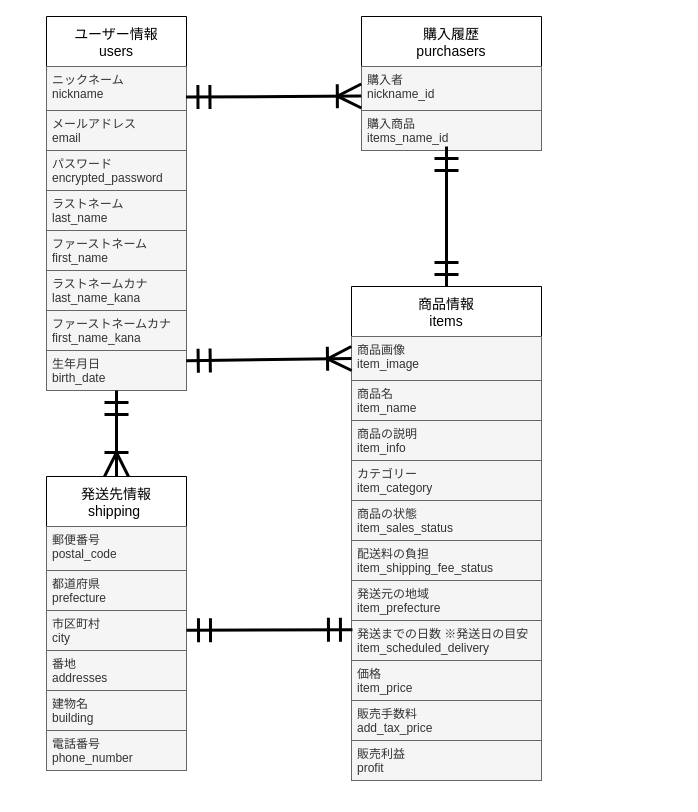
Earlier version of the draw.io diagram er.dio (hiroyuki0305/furima-37561). Source tidied: cells renumbered, new cells numbered last; positions are measured from the earlier drawing's top-left corner, leaving out a move shared by most shapes. Both pictures are drawn from the tidied source at 100%, with x=0, y=0 at pixel (46, 16).
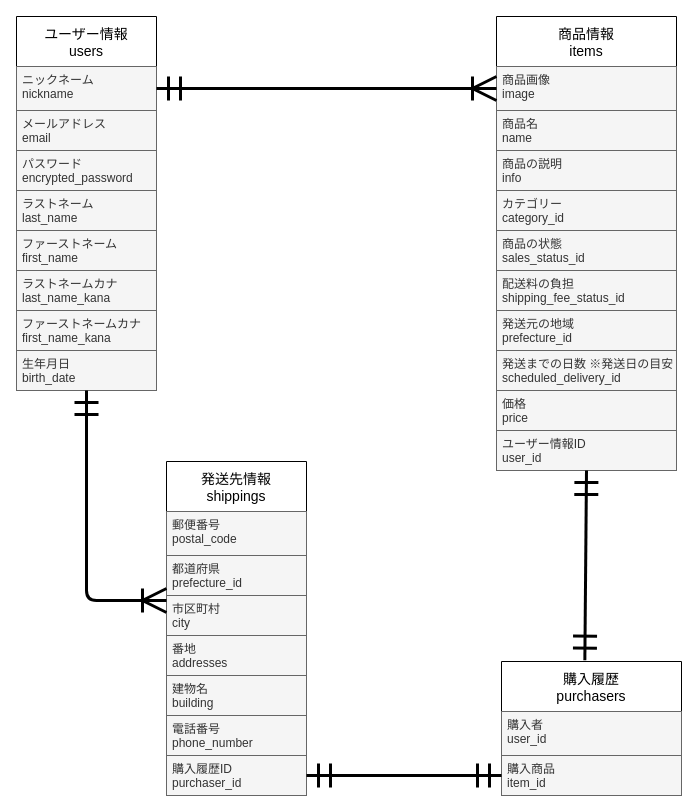
The same diagram, later.

Commit message (it also covers changes not shown here):
ER図とREADMEの修正2

Unchanged cells that the change refers to:
```xml
<mxCell id="3" value="ニックネーム&#10;nickname" style="text;strokeColor=#666666;fillColor=#f5f5f5;spacingLeft=4;spacingRight=4;overflow=hidden;points=[[0,0.5],[1,0.5]];portConstraint=eastwest;fontSize=12;fontColor=#333333;" parent="2" vertex="1">
  <mxGeometry y="50" width="140" height="44" as="geometry" />
</mxCell>
<mxCell id="10" value="生年月日&#10;birth_date" style="text;strokeColor=#666666;fillColor=#f5f5f5;spacingLeft=4;spacingRight=4;overflow=hidden;points=[[0,0.5],[1,0.5]];portConstraint=eastwest;fontSize=12;fontColor=#333333;" parent="2" vertex="1">
  <mxGeometry y="334" width="140" height="40" as="geometry" />
</mxCell>
<mxCell id="26" value="市区町村&#10;city" style="text;strokeColor=#666666;fillColor=#f5f5f5;spacingLeft=4;spacingRight=4;overflow=hidden;points=[[0,0.5],[1,0.5]];portConstraint=eastwest;fontSize=12;fontColor=#333333;" parent="23" vertex="1">
  <mxGeometry y="134" width="140" height="40" as="geometry" />
</mxCell>
```

The edit, as a diff of the source:
```diff
@@
     <mxCell id="2" value="ユーザー情報&#10;users" style="swimlane;fontStyle=0;horizontal=1;startSize=50;align=center;fontSize=14;" parent="1" vertex="1">
-      <mxGeometry width="140" height="374" as="geometry" />
+      <mxGeometry x="-30" width="140" height="374" as="geometry" />
     </mxCell>
@@
     <mxCell id="11" value="商品情報&#10;items" style="swimlane;fontStyle=0;horizontal=1;startSize=50;align=center;fontSize=14;" parent="1" vertex="1">
-      <mxGeometry x="305" y="270" width="190" height="494" as="geometry" />
+      <mxGeometry x="450" width="180" height="454" as="geometry" />
     </mxCell>
-    <mxCell id="12" value="商品画像&#10;item_image" style="text;strokeColor=#666666;fillColor=#f5f5f5;spacingLeft=4;spacingRight=4;overflow=hidden;points=[[0,0.5],[1,0.5]];portConstraint=eastwest;fontSize=12;fontColor=#333333;" parent="11" vertex="1">
-      <mxGeometry y="50" width="190" height="44" as="geometry" />
+    <mxCell id="12" value="商品画像&#10;image" style="text;strokeColor=#666666;fillColor=#f5f5f5;spacingLeft=4;spacingRight=4;overflow=hidden;points=[[0,0.5],[1,0.5]];portConstraint=eastwest;fontSize=12;fontColor=#333333;" parent="11" vertex="1">
+      <mxGeometry y="50" width="180" height="44" as="geometry" />
     </mxCell>
-    <mxCell id="13" value="商品名&#10;item_name" style="text;strokeColor=#666666;fillColor=#f5f5f5;spacingLeft=4;spacingRight=4;overflow=hidden;fontSize=12;fontColor=#333333;" parent="11" vertex="1">
-      <mxGeometry y="94" width="190" height="40" as="geometry" />
+    <mxCell id="13" value="商品名&#10;name" style="text;strokeColor=#666666;fillColor=#f5f5f5;spacingLeft=4;spacingRight=4;overflow=hidden;fontSize=12;fontColor=#333333;" parent="11" vertex="1">
+      <mxGeometry y="94" width="180" height="40" as="geometry" />
     </mxCell>
-    <mxCell id="14" value="商品の説明&#10;item_info" style="text;strokeColor=#666666;fillColor=#f5f5f5;spacingLeft=4;spacingRight=4;overflow=hidden;fontSize=12;fontColor=#333333;" parent="11" vertex="1">
-      <mxGeometry y="134" width="190" height="40" as="geometry" />
+    <mxCell id="14" value="商品の説明&#10;info" style="text;strokeColor=#666666;fillColor=#f5f5f5;spacingLeft=4;spacingRight=4;overflow=hidden;fontSize=12;fontColor=#333333;" parent="11" vertex="1">
+      <mxGeometry y="134" width="180" height="40" as="geometry" />
     </mxCell>
-    <mxCell id="15" value="カテゴリー&#10;item_category" style="text;strokeColor=#666666;fillColor=#f5f5f5;spacingLeft=4;spacingRight=4;overflow=hidden;fontSize=12;fontColor=#333333;" parent="11" vertex="1">
-      <mxGeometry y="174" width="190" height="40" as="geometry" />
+    <mxCell id="15" value="カテゴリー&#10;category_id" style="text;strokeColor=#666666;fillColor=#f5f5f5;spacingLeft=4;spacingRight=4;overflow=hidden;fontSize=12;fontColor=#333333;" parent="11" vertex="1">
+      <mxGeometry y="174" width="180" height="40" as="geometry" />
     </mxCell>
-    <mxCell id="16" value="商品の状態&#10;item_sales_status" style="text;strokeColor=#666666;fillColor=#f5f5f5;spacingLeft=4;spacingRight=4;overflow=hidden;fontSize=12;fontColor=#333333;" parent="11" vertex="1">
-      <mxGeometry y="214" width="190" height="40" as="geometry" />
+    <mxCell id="16" value="商品の状態&#10;sales_status_id" style="text;strokeColor=#666666;fillColor=#f5f5f5;spacingLeft=4;spacingRight=4;overflow=hidden;fontSize=12;fontColor=#333333;" parent="11" vertex="1">
+      <mxGeometry y="214" width="180" height="40" as="geometry" />
     </mxCell>
-    <mxCell id="17" value="配送料の負担&#10;item_shipping_fee_status" style="text;strokeColor=#666666;fillColor=#f5f5f5;spacingLeft=4;spacingRight=4;overflow=hidden;fontSize=12;fontColor=#333333;" parent="11" vertex="1">
-      <mxGeometry y="254" width="190" height="40" as="geometry" />
+    <mxCell id="17" value="配送料の負担&#10;shipping_fee_status_id" style="text;strokeColor=#666666;fillColor=#f5f5f5;spacingLeft=4;spacingRight=4;overflow=hidden;fontSize=12;fontColor=#333333;" parent="11" vertex="1">
+      <mxGeometry y="254" width="180" height="40" as="geometry" />
     </mxCell>
-    <mxCell id="18" value="発送元の地域&#10;item_prefecture" style="text;strokeColor=#666666;fillColor=#f5f5f5;spacingLeft=4;spacingRight=4;overflow=hidden;fontSize=12;fontColor=#333333;" parent="11" vertex="1">
-      <mxGeometry y="294" width="190" height="40" as="geometry" />
+    <mxCell id="18" value="発送元の地域&#10;prefecture_id" style="text;strokeColor=#666666;fillColor=#f5f5f5;spacingLeft=4;spacingRight=4;overflow=hidden;fontSize=12;fontColor=#333333;" parent="11" vertex="1">
+      <mxGeometry y="294" width="180" height="40" as="geometry" />
     </mxCell>
-    <mxCell id="19" value="発送までの日数 ※発送日の目安&#10;item_scheduled_delivery" style="text;strokeColor=#666666;fillColor=#f5f5f5;spacingLeft=4;spacingRight=4;overflow=hidden;points=[[0,0.5],[1,0.5]];portConstraint=eastwest;fontSize=12;fontColor=#333333;" parent="11" vertex="1">
-      <mxGeometry y="334" width="190" height="40" as="geometry" />
+    <mxCell id="19" value="発送までの日数 ※発送日の目安&#10;scheduled_delivery_id" style="text;strokeColor=#666666;fillColor=#f5f5f5;spacingLeft=4;spacingRight=4;overflow=hidden;points=[[0,0.5],[1,0.5]];portConstraint=eastwest;fontSize=12;fontColor=#333333;" parent="11" vertex="1">
+      <mxGeometry y="334" width="180" height="40" as="geometry" />
     </mxCell>
-    <mxCell id="20" value="価格&#10;item_price" style="text;strokeColor=#666666;fillColor=#f5f5f5;spacingLeft=4;spacingRight=4;overflow=hidden;fontSize=12;fontColor=#333333;" parent="11" vertex="1">
-      <mxGeometry y="374" width="190" height="40" as="geometry" />
+    <mxCell id="20" value="価格&#10;price" style="text;strokeColor=#666666;fillColor=#f5f5f5;spacingLeft=4;spacingRight=4;overflow=hidden;fontSize=12;fontColor=#333333;" parent="11" vertex="1">
+      <mxGeometry y="374" width="180" height="40" as="geometry" />
     </mxCell>
-    <mxCell id="21" value="販売手数料&#10;add_tax_price" style="text;strokeColor=#666666;fillColor=#f5f5f5;spacingLeft=4;spacingRight=4;overflow=hidden;fontSize=12;fontColor=#333333;" parent="11" vertex="1">
-      <mxGeometry y="414" width="190" height="40" as="geometry" />
+    <mxCell id="21" value="ユーザー情報ID&#10;user_id" style="text;strokeColor=#666666;fillColor=#f5f5f5;spacingLeft=4;spacingRight=4;overflow=hidden;fontSize=12;fontColor=#333333;" parent="11" vertex="1">
+      <mxGeometry y="414" width="180" height="40" as="geometry" />
     </mxCell>
-    <mxCell id="22" value="販売利益&#10;profit" style="text;strokeColor=#666666;fillColor=#f5f5f5;spacingLeft=4;spacingRight=4;overflow=hidden;fontSize=12;fontColor=#333333;" parent="11" vertex="1">
-      <mxGeometry y="454" width="190" height="40" as="geometry" />
-    </mxCell>
-    <mxCell id="23" value="発送先情報&#10;shipping " style="swimlane;fontStyle=0;horizontal=1;startSize=50;align=center;fontSize=14;" parent="1" vertex="1">
-      <mxGeometry y="460" width="140" height="294" as="geometry" />
+    <mxCell id="23" value="発送先情報&#10;shippings" style="swimlane;fontStyle=0;horizontal=1;startSize=50;align=center;fontSize=14;" parent="1" vertex="1">
+      <mxGeometry x="120" y="445" width="140" height="334" as="geometry" />
     </mxCell>
@@
-    <mxCell id="25" value="都道府県&#10;prefecture" style="text;strokeColor=#666666;fillColor=#f5f5f5;spacingLeft=4;spacingRight=4;overflow=hidden;fontSize=12;fontColor=#333333;" parent="23" vertex="1">
+    <mxCell id="25" value="都道府県&#10;prefecture_id" style="text;strokeColor=#666666;fillColor=#f5f5f5;spacingLeft=4;spacingRight=4;overflow=hidden;fontSize=12;fontColor=#333333;" parent="23" vertex="1">
       <mxGeometry y="94" width="140" height="40" as="geometry" />
     </mxCell>
@@
+    <mxCell id="38" value="電話番号&#10;phone_number" style="text;strokeColor=#666666;fillColor=#f5f5f5;spacingLeft=4;spacingRight=4;overflow=hidden;fontSize=12;fontColor=#333333;" parent="23" vertex="1">
+      <mxGeometry y="254" width="140" height="40" as="geometry" />
+    </mxCell>
-    <mxCell id="29" value="電話番号&#10;phone_number" style="text;strokeColor=#666666;fillColor=#f5f5f5;spacingLeft=4;spacingRight=4;overflow=hidden;points=[[0,0.5],[1,0.5]];portConstraint=eastwest;fontSize=12;fontColor=#333333;" parent="23" vertex="1">
-      <mxGeometry y="254" width="140" height="40" as="geometry" />
+    <mxCell id="29" value="購入履歴ID&#10;purchaser_id" style="text;strokeColor=#666666;fillColor=#f5f5f5;spacingLeft=4;spacingRight=4;overflow=hidden;points=[[0,0.5],[1,0.5]];portConstraint=eastwest;fontSize=12;fontColor=#333333;" parent="23" vertex="1">
+      <mxGeometry y="294" width="140" height="40" as="geometry" />
     </mxCell>
     <mxCell id="30" value="購入履歴&#10;purchasers" style="swimlane;fontStyle=0;horizontal=1;startSize=50;align=center;fontSize=14;" parent="1" vertex="1">
-      <mxGeometry x="315" width="180" height="134" as="geometry" />
+      <mxGeometry x="455" y="645" width="180" height="134" as="geometry" />
     </mxCell>
-    <mxCell id="31" value="購入者&#10;nickname_id" style="text;strokeColor=#666666;fillColor=#f5f5f5;spacingLeft=4;spacingRight=4;overflow=hidden;points=[[0,0.5],[1,0.5]];portConstraint=eastwest;fontSize=12;fontColor=#333333;" parent="30" vertex="1">
+    <mxCell id="31" value="購入者&#10;user_id" style="text;strokeColor=#666666;fillColor=#f5f5f5;spacingLeft=4;spacingRight=4;overflow=hidden;points=[[0,0.5],[1,0.5]];portConstraint=eastwest;fontSize=12;fontColor=#333333;" parent="30" vertex="1">
       <mxGeometry y="50" width="180" height="44" as="geometry" />
     </mxCell>
-    <mxCell id="32" value="購入商品&#10;items_name_id" style="text;strokeColor=#666666;fillColor=#f5f5f5;spacingLeft=4;spacingRight=4;overflow=hidden;points=[[0,0.5],[1,0.5]];portConstraint=eastwest;fontSize=12;fontColor=#333333;" parent="30" vertex="1">
+    <mxCell id="32" value="購入商品&#10;item_id" style="text;strokeColor=#666666;fillColor=#f5f5f5;spacingLeft=4;spacingRight=4;overflow=hidden;points=[[0,0.5],[1,0.5]];portConstraint=eastwest;fontSize=12;fontColor=#333333;" parent="30" vertex="1">
       <mxGeometry y="94" width="180" height="40" as="geometry" />
     </mxCell>
-    <mxCell id="33" style="fontSize=12;html=1;endArrow=ERoneToMany;startArrow=ERmandOne;startSize=20;endSize=20;strokeWidth=3;exitX=0.998;exitY=0.258;exitDx=0;exitDy=0;exitPerimeter=0;entryX=0;entryY=0.5;entryDx=0;entryDy=0;" parent="1" edge="1" source="10" target="12">
+    <mxCell id="33" style="fontSize=12;html=1;endArrow=ERoneToMany;startArrow=ERmandOne;startSize=20;endSize=20;strokeWidth=3;exitX=1;exitY=0.5;exitDx=0;exitDy=0;entryX=0;entryY=0.5;entryDx=0;entryDy=0;" parent="1" edge="1" source="3" target="12">
       <mxGeometry relative="1" as="geometry" />
     </mxCell>
-    <mxCell id="34" style="fontSize=12;html=1;endArrow=ERoneToMany;startArrow=ERmandOne;exitX=0.5;exitY=1;exitDx=0;exitDy=0;entryX=0.5;entryY=0;entryDx=0;entryDy=0;endSize=20;startSize=20;strokeWidth=3;" parent="1" edge="1" source="2" target="23">
-      <mxGeometry relative="1" as="geometry" />
+    <mxCell id="34" style="fontSize=12;html=1;endArrow=ERoneToMany;startArrow=ERmandOne;exitX=0.5;exitY=1;exitDx=0;exitDy=0;endSize=20;startSize=20;strokeWidth=3;edgeStyle=orthogonalEdgeStyle;" parent="1" edge="1" source="2" target="26">
+      <mxGeometry relative="1" as="geometry">
+        <Array as="points">
+          <mxPoint x="40" y="584" />
+        </Array>
+      </mxGeometry>
     </mxCell>
-    <mxCell id="35" style="fontSize=12;html=1;endArrow=ERmandOne;startArrow=ERmandOne;startSize=20;endSize=20;strokeWidth=3;exitX=0.5;exitY=0;exitDx=0;exitDy=0;" parent="1" edge="1" source="11">
-      <mxGeometry relative="1" as="geometry">
-        <mxPoint x="400" y="130" as="targetPoint" />
-        <Array as="points">
-          <mxPoint x="400" y="160" />
-        </Array>
-      </mxGeometry>
-    </mxCell>
-    <mxCell id="36" style="fontSize=12;html=1;endArrow=ERmandOne;startArrow=ERmandOne;startSize=20;endSize=20;strokeWidth=3;entryX=0.005;entryY=0.232;entryDx=0;entryDy=0;entryPerimeter=0;" parent="1" edge="1" source="26" target="19">
-      <mxGeometry relative="1" as="geometry" />
-    </mxCell>
-    <mxCell id="37" style="fontSize=12;html=1;endArrow=ERoneToMany;startArrow=ERmandOne;startSize=20;endSize=20;strokeWidth=3;entryX=-0.001;entryY=0.671;entryDx=0;entryDy=0;entryPerimeter=0;exitX=0.996;exitY=0.695;exitDx=0;exitDy=0;exitPerimeter=0;" parent="1" edge="1" source="3" target="31">
-      <mxGeometry relative="1" as="geometry" />
-    </mxCell>
+    <mxCell id="39" style="fontSize=12;html=1;endArrow=ERmandOne;startArrow=ERmandOne;startSize=20;endSize=20;strokeWidth=3;exitX=1;exitY=0.5;exitDx=0;exitDy=0;" parent="1" edge="1" source="29" target="32">
+      <mxGeometry relative="1" as="geometry" />
+    </mxCell>
+    <mxCell id="40" style="fontSize=12;html=1;endArrow=ERmandOne;startArrow=ERmandOne;startSize=20;endSize=20;strokeWidth=3;entryX=0.5;entryY=1;entryDx=0;entryDy=0;exitX=0.463;exitY=-0.01;exitDx=0;exitDy=0;exitPerimeter=0;" parent="1" edge="1" source="30" target="11">
+      <mxGeometry relative="1" as="geometry" />
+    </mxCell>
```
